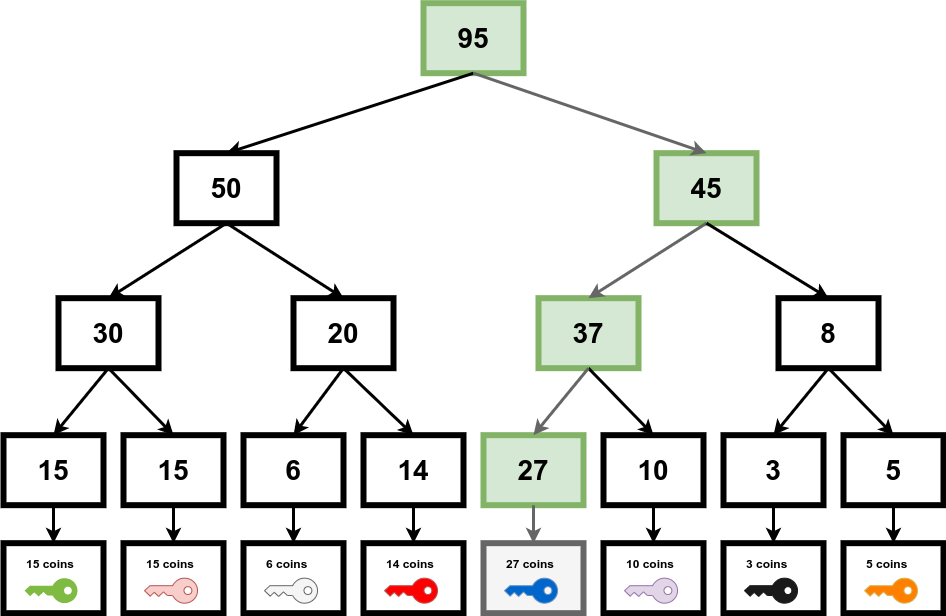
Earlier version of the draw.io export stake-tree.drawio.png (Realiserad/fts-tree). Source tidied: cells renumbered, new cells last; positions are measured from the earlier drawing's top-left corner, leaving out a move shared by most shapes.
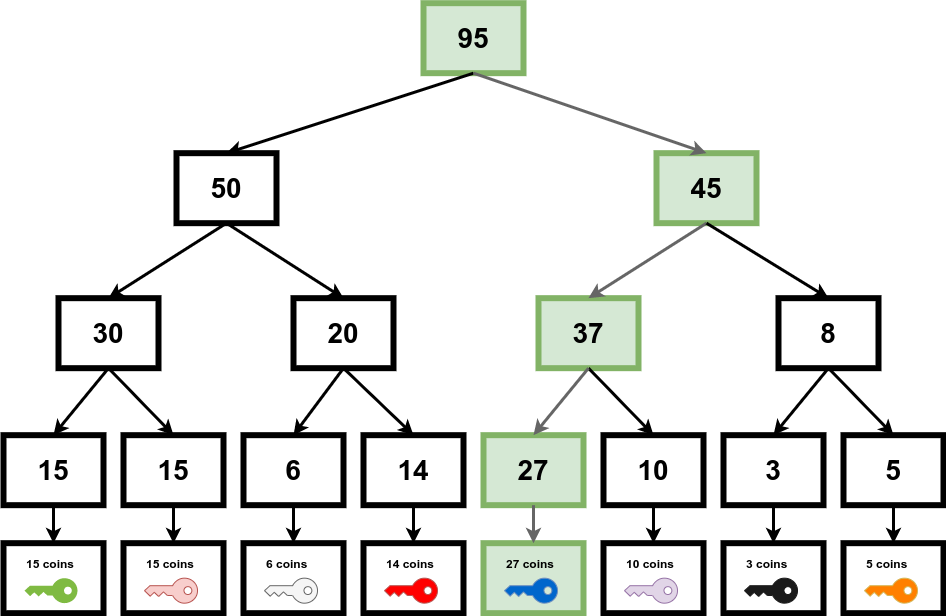
After the commit.

What changed in the source:
```diff
@@ -89,7 +89,7 @@
     <mxCell id="30" value="&lt;b&gt;14 coins&lt;/b&gt;" style="text;html=1;align=left;verticalAlign=top;spacingTop=-4;" parent="1" vertex="1">
       <mxGeometry x="381" y="550.7" width="60" height="20" as="geometry" />
     </mxCell>
-    <mxCell id="31" style="rounded=0;whiteSpace=wrap;html=1;strokeColor=#666666;strokeWidth=6;fillColor=#f5f5f5;" parent="1" vertex="1">
+    <mxCell id="31" style="rounded=0;whiteSpace=wrap;html=1;strokeColor=#82b366;strokeWidth=6;fillColor=#d5e8d4;" parent="1" vertex="1">
       <mxGeometry x="480" y="539.7" width="100" height="70" as="geometry" />
     </mxCell>
     <mxCell id="32" style="shadow=0;dashed=0;html=1;strokeColor=#6c8ebf;labelPosition=center;verticalLabelPosition=bottom;verticalAlign=top;shape=mxgraph.office.security.key_permissions;fillColor=#0066CC;rotation=90;" parent="1" vertex="1">
```
